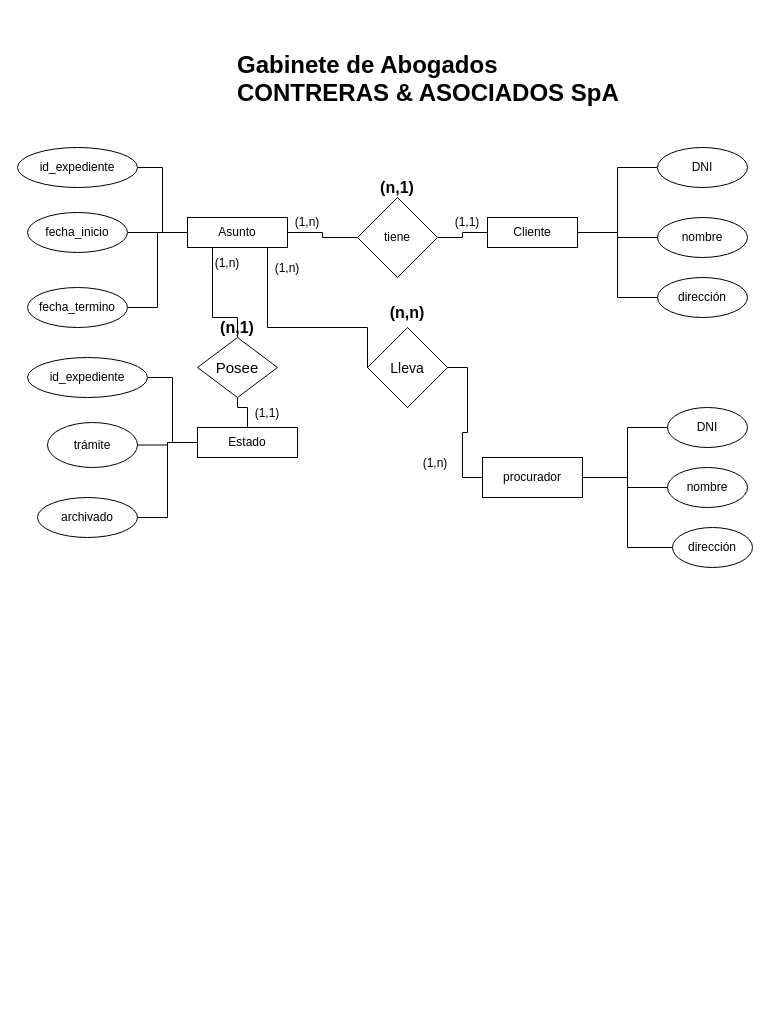
The draw.io diagram m7_ejercicio1.drawio in Osalconsi/m7_ejerciciofinal, before the edit. Source tidied: cells renumbered, new cells numbered last; positions are measured from the earlier drawing's top-left corner, leaving out a move shared by most shapes. Both pictures are drawn from the tidied source at 100%, with x=0, y=0 at pixel (17, 27).
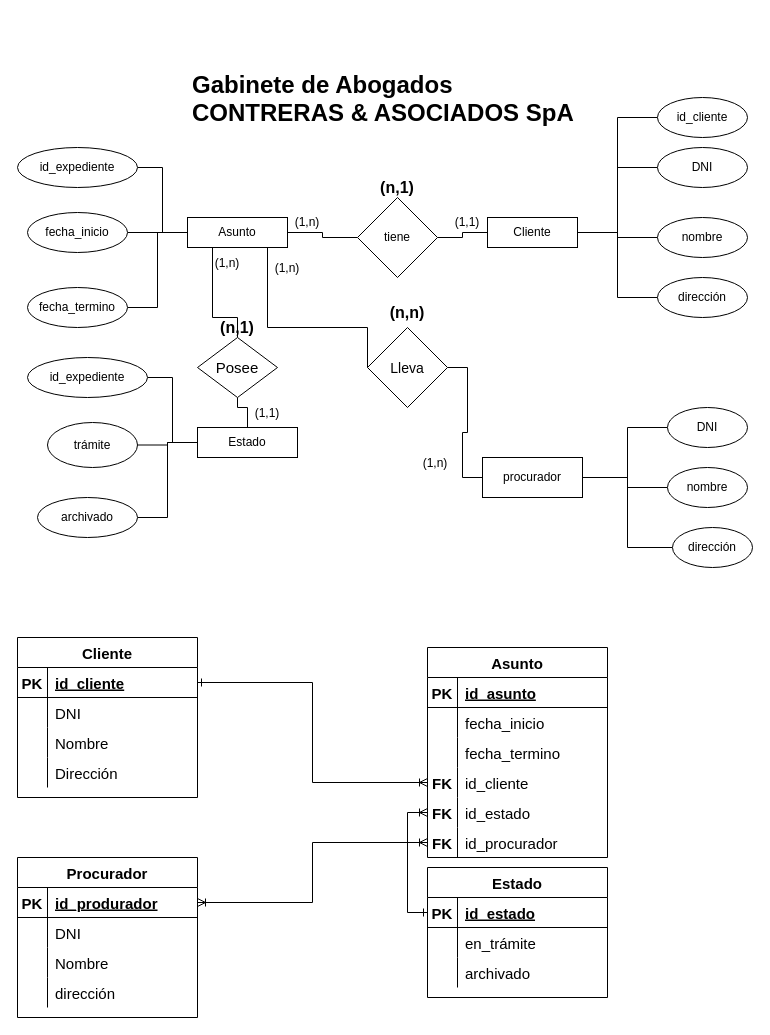
After the change.

Unchanged cells that the change refers to:
```xml
<mxCell id="10" value="Cliente" style="rounded=0;whiteSpace=wrap;html=1;fontFamily=Helvetica;fontSize=12;" parent="1" vertex="1">
  <mxGeometry x="470" y="190" width="90" height="30" as="geometry" />
</mxCell>
```

Change to the diagram source:
```diff
@@
     <mxCell id="4" value="&lt;div style=&quot;font-size: 14px;&quot;&gt;&amp;nbsp;&lt;br style=&quot;font-size: 14px;&quot;&gt;&lt;/div&gt;&lt;div style=&quot;font-size: 14px;&quot;&gt;&lt;br style=&quot;font-size: 14px;&quot;&gt;&lt;/div&gt;&lt;div style=&quot;font-size: 14px;&quot;&gt;&lt;font style=&quot;font-size: 24px;&quot;&gt;Gabinete de Abogados &lt;br&gt;&lt;/font&gt;&lt;/div&gt;&lt;div style=&quot;font-size: 14px;&quot;&gt;&lt;font style=&quot;font-size: 24px;&quot;&gt;CONTRERAS &amp;amp; ASOCIADOS SpA&lt;/font&gt;&lt;br style=&quot;font-size: 14px;&quot;&gt;&lt;/div&gt;" style="text;html=1;strokeColor=none;fillColor=none;spacing=5;spacingTop=-20;whiteSpace=wrap;overflow=hidden;rounded=0;fontStyle=1;fontFamily=Helvetica;fontSize=14;" parent="1" vertex="1">
-      <mxGeometry x="215" width="405" height="100" as="geometry" />
+      <mxGeometry x="170" y="20" width="405" height="100" as="geometry" />
     </mxCell>
@@
+    <mxCell id="49" value="Cliente" style="shape=table;startSize=30;childLayout=tableLayout;rowLines=0;fontStyle=1;align=center;fontFamily=Helvetica;fontSize=15;" parent="1" vertex="1">
+      <mxGeometry y="610" width="180" height="160" as="geometry" />
+    </mxCell>
+    <mxCell id="50" style="shape=tableRow;horizontal=0;startSize=0;swimlaneHead=0;swimlaneBody=0;fillColor=none;points=[[0,0.5],[1,0.5]];portConstraint=eastwest;top=0;left=0;right=0;bottom=1;fontFamily=Helvetica;fontSize=15;" parent="49" vertex="1">
+      <mxGeometry y="30" width="180" height="30" as="geometry" />
+    </mxCell>
+    <mxCell id="51" value="PK" style="shape=partialRectangle;fillColor=none;top=0;left=0;bottom=0;right=0;fontStyle=1;overflow=hidden;fontFamily=Helvetica;fontSize=15;" parent="50" vertex="1">
+      <mxGeometry width="30" height="30" as="geometry" />
+    </mxCell>
+    <mxCell id="52" value="id_cliente" style="shape=partialRectangle;fillColor=none;top=0;left=0;bottom=0;right=0;align=left;spacingLeft=6;fontStyle=5;overflow=hidden;fontFamily=Helvetica;fontSize=15;" parent="50" vertex="1">
+      <mxGeometry x="30" width="150" height="30" as="geometry" />
+    </mxCell>
+    <mxCell id="53" style="shape=tableRow;horizontal=0;startSize=0;swimlaneHead=0;swimlaneBody=0;fillColor=none;top=0;left=0;right=0;bottom=0;fontFamily=Helvetica;fontSize=15;" parent="49" vertex="1">
+      <mxGeometry y="60" width="180" height="30" as="geometry" />
+    </mxCell>
+    <mxCell id="54" style="shape=partialRectangle;fillColor=none;top=0;left=0;bottom=0;right=0;overflow=hidden;fontFamily=Helvetica;fontSize=15;" parent="53" vertex="1">
+      <mxGeometry width="30" height="30" as="geometry" />
+    </mxCell>
+    <mxCell id="55" value="DNI" style="shape=partialRectangle;fillColor=none;top=0;left=0;bottom=0;right=0;align=left;spacingLeft=6;overflow=hidden;fontFamily=Helvetica;fontSize=15;" parent="53" vertex="1">
+      <mxGeometry x="30" width="150" height="30" as="geometry" />
+    </mxCell>
+    <mxCell id="56" style="shape=tableRow;horizontal=0;startSize=0;swimlaneHead=0;swimlaneBody=0;fillColor=none;top=0;left=0;right=0;bottom=0;fontFamily=Helvetica;fontSize=15;" parent="49" vertex="1">
+      <mxGeometry y="90" width="180" height="30" as="geometry" />
+    </mxCell>
+    <mxCell id="57" style="shape=partialRectangle;fillColor=none;top=0;left=0;bottom=0;right=0;overflow=hidden;fontFamily=Helvetica;fontSize=15;" parent="56" vertex="1">
+      <mxGeometry width="30" height="30" as="geometry" />
+    </mxCell>
+    <mxCell id="58" value="Nombre" style="shape=partialRectangle;fillColor=none;top=0;left=0;bottom=0;right=0;align=left;spacingLeft=6;overflow=hidden;fontFamily=Helvetica;fontSize=15;" parent="56" vertex="1">
+      <mxGeometry x="30" width="150" height="30" as="geometry" />
+    </mxCell>
+    <mxCell id="59" style="shape=tableRow;horizontal=0;startSize=0;swimlaneHead=0;swimlaneBody=0;fillColor=none;top=0;left=0;right=0;bottom=0;fontFamily=Helvetica;fontSize=15;" parent="49" vertex="1">
+      <mxGeometry y="120" width="180" height="30" as="geometry" />
+    </mxCell>
+    <mxCell id="60" style="shape=partialRectangle;fillColor=none;top=0;left=0;bottom=0;right=0;overflow=hidden;fontFamily=Helvetica;fontSize=15;" parent="59" vertex="1">
+      <mxGeometry width="30" height="30" as="geometry" />
+    </mxCell>
+    <mxCell id="61" value="Dirección" style="shape=partialRectangle;fillColor=none;top=0;left=0;bottom=0;right=0;align=left;spacingLeft=6;overflow=hidden;fontFamily=Helvetica;fontSize=15;" parent="59" vertex="1">
+      <mxGeometry x="30" width="150" height="30" as="geometry" />
+    </mxCell>
+    <mxCell id="62" value="Asunto" style="shape=table;startSize=30;childLayout=tableLayout;rowLines=0;fontStyle=1;align=center;fontFamily=Helvetica;fontSize=15;" parent="1" vertex="1">
+      <mxGeometry x="410" y="620" width="180" height="210" as="geometry" />
+    </mxCell>
+    <mxCell id="63" style="shape=tableRow;horizontal=0;startSize=0;swimlaneHead=0;swimlaneBody=0;fillColor=none;top=0;left=0;right=0;bottom=1;fontFamily=Helvetica;fontSize=15;" parent="62" vertex="1">
+      <mxGeometry y="30" width="180" height="30" as="geometry" />
+    </mxCell>
+    <mxCell id="64" value="PK" style="shape=partialRectangle;fillColor=none;top=0;left=0;bottom=0;right=0;fontStyle=1;overflow=hidden;fontFamily=Helvetica;fontSize=15;" parent="63" vertex="1">
+      <mxGeometry width="30" height="30" as="geometry" />
+    </mxCell>
+    <mxCell id="65" value="id_asunto" style="shape=partialRectangle;fillColor=none;top=0;left=0;bottom=0;right=0;align=left;spacingLeft=6;fontStyle=5;overflow=hidden;fontFamily=Helvetica;fontSize=15;" parent="63" vertex="1">
+      <mxGeometry x="30" width="150" height="30" as="geometry" />
+    </mxCell>
+    <mxCell id="66" style="shape=tableRow;horizontal=0;startSize=0;swimlaneHead=0;swimlaneBody=0;fillColor=none;top=0;left=0;right=0;bottom=0;fontFamily=Helvetica;fontSize=15;" parent="62" vertex="1">
+      <mxGeometry y="60" width="180" height="30" as="geometry" />
+    </mxCell>
+    <mxCell id="67" style="shape=partialRectangle;fillColor=none;top=0;left=0;bottom=0;right=0;overflow=hidden;fontFamily=Helvetica;fontSize=15;" parent="66" vertex="1">
+      <mxGeometry width="30" height="30" as="geometry" />
+    </mxCell>
+    <mxCell id="68" value="fecha_inicio" style="shape=partialRectangle;fillColor=none;top=0;left=0;bottom=0;right=0;align=left;spacingLeft=6;overflow=hidden;fontFamily=Helvetica;fontSize=15;" parent="66" vertex="1">
+      <mxGeometry x="30" width="150" height="30" as="geometry" />
+    </mxCell>
+    <mxCell id="69" style="shape=tableRow;horizontal=0;startSize=0;swimlaneHead=0;swimlaneBody=0;fillColor=none;top=0;left=0;right=0;bottom=0;fontFamily=Helvetica;fontSize=15;" parent="62" vertex="1">
+      <mxGeometry y="90" width="180" height="30" as="geometry" />
+    </mxCell>
+    <mxCell id="70" style="shape=partialRectangle;fillColor=none;top=0;left=0;bottom=0;right=0;overflow=hidden;fontFamily=Helvetica;fontSize=15;" parent="69" vertex="1">
+      <mxGeometry width="30" height="30" as="geometry" />
+    </mxCell>
+    <mxCell id="71" value="fecha_termino" style="shape=partialRectangle;fillColor=none;top=0;left=0;bottom=0;right=0;align=left;spacingLeft=6;overflow=hidden;fontFamily=Helvetica;fontSize=15;" parent="69" vertex="1">
+      <mxGeometry x="30" width="150" height="30" as="geometry" />
+    </mxCell>
+    <mxCell id="72" style="shape=tableRow;horizontal=0;startSize=0;swimlaneHead=0;swimlaneBody=0;fillColor=none;points=[[0,0.5],[1,0.5]];portConstraint=eastwest;top=0;left=0;right=0;bottom=0;fontFamily=Helvetica;fontSize=15;" parent="62" vertex="1">
+      <mxGeometry y="120" width="180" height="30" as="geometry" />
+    </mxCell>
+    <mxCell id="73" value="FK" style="shape=partialRectangle;fillColor=none;top=0;left=0;bottom=0;right=0;overflow=hidden;fontFamily=Helvetica;fontSize=15;fontStyle=1;" parent="72" vertex="1">
+      <mxGeometry width="30" height="30" as="geometry" />
+    </mxCell>
+    <mxCell id="74" value="id_cliente" style="shape=partialRectangle;fillColor=none;top=0;left=0;bottom=0;right=0;align=left;spacingLeft=6;overflow=hidden;fontFamily=Helvetica;fontSize=15;" parent="72" vertex="1">
+      <mxGeometry x="30" width="150" height="30" as="geometry" />
+    </mxCell>
+    <mxCell id="75" style="shape=tableRow;horizontal=0;startSize=0;swimlaneHead=0;swimlaneBody=0;fillColor=none;points=[[0,0.5],[1,0.5]];portConstraint=eastwest;top=0;left=0;right=0;bottom=0;fontFamily=Helvetica;fontSize=15;" parent="62" vertex="1">
+      <mxGeometry y="150" width="180" height="30" as="geometry" />
+    </mxCell>
+    <mxCell id="76" value="FK" style="shape=partialRectangle;fillColor=none;top=0;left=0;bottom=0;right=0;overflow=hidden;fontFamily=Helvetica;fontSize=15;fontStyle=1;" parent="75" vertex="1">
+      <mxGeometry width="30" height="30" as="geometry" />
+    </mxCell>
+    <mxCell id="77" value="id_estado" style="shape=partialRectangle;fillColor=none;top=0;left=0;bottom=0;right=0;align=left;spacingLeft=6;overflow=hidden;fontFamily=Helvetica;fontSize=15;" parent="75" vertex="1">
+      <mxGeometry x="30" width="150" height="30" as="geometry" />
+    </mxCell>
+    <mxCell id="78" style="shape=tableRow;horizontal=0;startSize=0;swimlaneHead=0;swimlaneBody=0;fillColor=none;points=[[0,0.5],[1,0.5]];portConstraint=eastwest;top=0;left=0;right=0;bottom=0;fontFamily=Helvetica;fontSize=15;" parent="62" vertex="1">
+      <mxGeometry y="180" width="180" height="30" as="geometry" />
+    </mxCell>
+    <mxCell id="79" value="FK" style="shape=partialRectangle;fillColor=none;top=0;left=0;bottom=0;right=0;overflow=hidden;fontFamily=Helvetica;fontSize=15;fontStyle=1;" parent="78" vertex="1">
+      <mxGeometry width="30" height="30" as="geometry" />
+    </mxCell>
+    <mxCell id="80" value="id_procurador" style="shape=partialRectangle;fillColor=none;top=0;left=0;bottom=0;right=0;align=left;spacingLeft=6;overflow=hidden;fontFamily=Helvetica;fontSize=15;" parent="78" vertex="1">
+      <mxGeometry x="30" width="150" height="30" as="geometry" />
+    </mxCell>
+    <mxCell id="81" value="Procurador" style="shape=table;startSize=30;childLayout=tableLayout;rowLines=0;fontStyle=1;align=center;fontFamily=Helvetica;fontSize=15;" parent="1" vertex="1">
+      <mxGeometry y="830" width="180" height="160" as="geometry" />
+    </mxCell>
+    <mxCell id="82" style="shape=tableRow;horizontal=0;startSize=0;swimlaneHead=0;swimlaneBody=0;fillColor=none;points=[[0,0.5],[1,0.5]];portConstraint=eastwest;top=0;left=0;right=0;bottom=1;fontFamily=Helvetica;fontSize=15;" parent="81" vertex="1">
+      <mxGeometry y="30" width="180" height="30" as="geometry" />
+    </mxCell>
+    <mxCell id="83" value="PK" style="shape=partialRectangle;fillColor=none;top=0;left=0;bottom=0;right=0;fontStyle=1;overflow=hidden;fontFamily=Helvetica;fontSize=15;" parent="82" vertex="1">
+      <mxGeometry width="30" height="30" as="geometry" />
+    </mxCell>
+    <mxCell id="84" value="id_produrador" style="shape=partialRectangle;fillColor=none;top=0;left=0;bottom=0;right=0;align=left;spacingLeft=6;fontStyle=5;overflow=hidden;fontFamily=Helvetica;fontSize=15;" parent="82" vertex="1">
+      <mxGeometry x="30" width="150" height="30" as="geometry" />
+    </mxCell>
+    <mxCell id="85" style="shape=tableRow;horizontal=0;startSize=0;swimlaneHead=0;swimlaneBody=0;fillColor=none;top=0;left=0;right=0;bottom=0;fontFamily=Helvetica;fontSize=15;" parent="81" vertex="1">
+      <mxGeometry y="60" width="180" height="30" as="geometry" />
+    </mxCell>
+    <mxCell id="86" style="shape=partialRectangle;fillColor=none;top=0;left=0;bottom=0;right=0;overflow=hidden;fontFamily=Helvetica;fontSize=15;" parent="85" vertex="1">
+      <mxGeometry width="30" height="30" as="geometry" />
+    </mxCell>
+    <mxCell id="87" value="DNI" style="shape=partialRectangle;fillColor=none;top=0;left=0;bottom=0;right=0;align=left;spacingLeft=6;overflow=hidden;fontFamily=Helvetica;fontSize=15;" parent="85" vertex="1">
+      <mxGeometry x="30" width="150" height="30" as="geometry" />
+    </mxCell>
+    <mxCell id="88" style="shape=tableRow;horizontal=0;startSize=0;swimlaneHead=0;swimlaneBody=0;fillColor=none;top=0;left=0;right=0;bottom=0;fontFamily=Helvetica;fontSize=15;" parent="81" vertex="1">
+      <mxGeometry y="90" width="180" height="30" as="geometry" />
+    </mxCell>
+    <mxCell id="89" style="shape=partialRectangle;fillColor=none;top=0;left=0;bottom=0;right=0;overflow=hidden;fontFamily=Helvetica;fontSize=15;" parent="88" vertex="1">
+      <mxGeometry width="30" height="30" as="geometry" />
+    </mxCell>
+    <mxCell id="90" value="Nombre" style="shape=partialRectangle;fillColor=none;top=0;left=0;bottom=0;right=0;align=left;spacingLeft=6;overflow=hidden;fontFamily=Helvetica;fontSize=15;" parent="88" vertex="1">
+      <mxGeometry x="30" width="150" height="30" as="geometry" />
+    </mxCell>
+    <mxCell id="91" style="shape=tableRow;horizontal=0;startSize=0;swimlaneHead=0;swimlaneBody=0;fillColor=none;top=0;left=0;right=0;bottom=0;fontFamily=Helvetica;fontSize=15;" parent="81" vertex="1">
+      <mxGeometry y="120" width="180" height="30" as="geometry" />
+    </mxCell>
+    <mxCell id="92" style="shape=partialRectangle;fillColor=none;top=0;left=0;bottom=0;right=0;overflow=hidden;fontFamily=Helvetica;fontSize=15;" parent="91" vertex="1">
+      <mxGeometry width="30" height="30" as="geometry" />
+    </mxCell>
+    <mxCell id="93" value="dirección" style="shape=partialRectangle;fillColor=none;top=0;left=0;bottom=0;right=0;align=left;spacingLeft=6;overflow=hidden;fontFamily=Helvetica;fontSize=15;" parent="91" vertex="1">
+      <mxGeometry x="30" width="150" height="30" as="geometry" />
+    </mxCell>
+    <mxCell id="94" style="edgeStyle=orthogonalEdgeStyle;rounded=0;jettySize=auto;html=1;entryX=1;entryY=0.5;entryDx=0;entryDy=0;fontFamily=Helvetica;fontSize=15;endArrow=none;endFill=0;" parent="1" edge="1" source="95" target="10">
+      <mxGeometry relative="1" as="geometry" />
+    </mxCell>
+    <mxCell id="95" value="id_cliente" style="ellipse;whiteSpace=wrap;html=1;fontFamily=Helvetica;fontSize=12;" parent="1" vertex="1">
+      <mxGeometry x="640" y="70" width="90" height="40" as="geometry" />
+    </mxCell>
+    <mxCell id="96" value="Estado" style="shape=table;startSize=30;childLayout=tableLayout;rowLines=0;fontStyle=1;align=center;fontFamily=Helvetica;fontSize=15;" parent="1" vertex="1">
+      <mxGeometry x="410" y="840" width="180" height="130" as="geometry" />
+    </mxCell>
+    <mxCell id="97" style="shape=tableRow;horizontal=0;startSize=0;swimlaneHead=0;swimlaneBody=0;fillColor=none;points=[[0,0.5],[1,0.5]];portConstraint=eastwest;top=0;left=0;right=0;bottom=1;fontFamily=Helvetica;fontSize=15;" parent="96" vertex="1">
+      <mxGeometry y="30" width="180" height="30" as="geometry" />
+    </mxCell>
+    <mxCell id="98" value="PK" style="shape=partialRectangle;fillColor=none;top=0;left=0;bottom=0;right=0;fontStyle=1;overflow=hidden;fontFamily=Helvetica;fontSize=15;" parent="97" vertex="1">
+      <mxGeometry width="30" height="30" as="geometry" />
+    </mxCell>
+    <mxCell id="99" value="id_estado" style="shape=partialRectangle;fillColor=none;top=0;left=0;bottom=0;right=0;align=left;spacingLeft=6;fontStyle=5;overflow=hidden;fontFamily=Helvetica;fontSize=15;" parent="97" vertex="1">
+      <mxGeometry x="30" width="150" height="30" as="geometry" />
+    </mxCell>
+    <mxCell id="100" style="shape=tableRow;horizontal=0;startSize=0;swimlaneHead=0;swimlaneBody=0;fillColor=none;top=0;left=0;right=0;bottom=0;fontFamily=Helvetica;fontSize=15;" parent="96" vertex="1">
+      <mxGeometry y="60" width="180" height="30" as="geometry" />
+    </mxCell>
+    <mxCell id="101" style="shape=partialRectangle;fillColor=none;top=0;left=0;bottom=0;right=0;overflow=hidden;fontFamily=Helvetica;fontSize=15;" parent="100" vertex="1">
+      <mxGeometry width="30" height="30" as="geometry" />
+    </mxCell>
+    <mxCell id="102" value="en_trámite" style="shape=partialRectangle;fillColor=none;top=0;left=0;bottom=0;right=0;align=left;spacingLeft=6;overflow=hidden;fontFamily=Helvetica;fontSize=15;" parent="100" vertex="1">
+      <mxGeometry x="30" width="150" height="30" as="geometry" />
+    </mxCell>
+    <mxCell id="103" style="shape=tableRow;horizontal=0;startSize=0;swimlaneHead=0;swimlaneBody=0;fillColor=none;top=0;left=0;right=0;bottom=0;fontFamily=Helvetica;fontSize=15;" parent="96" vertex="1">
+      <mxGeometry y="90" width="180" height="30" as="geometry" />
+    </mxCell>
+    <mxCell id="104" style="shape=partialRectangle;fillColor=none;top=0;left=0;bottom=0;right=0;overflow=hidden;fontFamily=Helvetica;fontSize=15;" parent="103" vertex="1">
+      <mxGeometry width="30" height="30" as="geometry" />
+    </mxCell>
+    <mxCell id="105" value="archivado" style="shape=partialRectangle;fillColor=none;top=0;left=0;bottom=0;right=0;align=left;spacingLeft=6;overflow=hidden;fontFamily=Helvetica;fontSize=15;" parent="103" vertex="1">
+      <mxGeometry x="30" width="150" height="30" as="geometry" />
+    </mxCell>
+    <mxCell id="106" style="edgeStyle=orthogonalEdgeStyle;rounded=0;jettySize=auto;html=1;fontFamily=Helvetica;fontSize=15;endArrow=ERoneToMany;endFill=0;startArrow=ERone;startFill=0;" parent="1" edge="1" source="50" target="72">
+      <mxGeometry relative="1" as="geometry" />
+    </mxCell>
+    <mxCell id="107" style="edgeStyle=orthogonalEdgeStyle;rounded=0;jettySize=auto;html=1;entryX=0;entryY=0.5;entryDx=0;entryDy=0;fontFamily=Helvetica;fontSize=15;endArrow=ERoneToMany;endFill=0;startArrow=ERone;startFill=0;" parent="1" edge="1" source="97" target="75">
+      <mxGeometry relative="1" as="geometry" />
+    </mxCell>
+    <mxCell id="108" style="edgeStyle=orthogonalEdgeStyle;rounded=0;jettySize=auto;html=1;entryX=0;entryY=0.5;entryDx=0;entryDy=0;fontFamily=Helvetica;fontSize=15;startArrow=ERoneToMany;startFill=0;endArrow=ERoneToMany;endFill=0;" parent="1" edge="1" source="82" target="78">
+      <mxGeometry relative="1" as="geometry" />
+    </mxCell>
```
